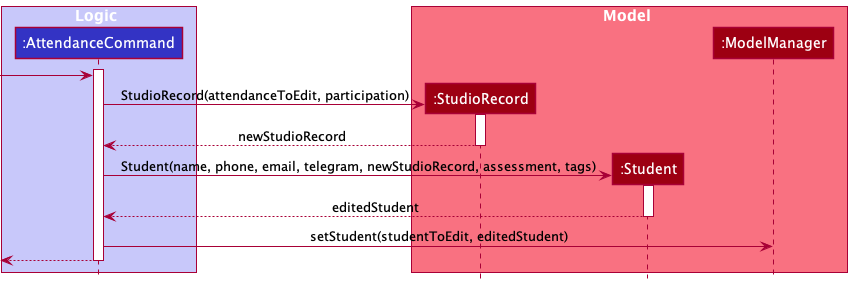
The PlantUML diagram docs/images/dg/logic/commands/attendancecommand/UpdateModelAttendanceSequenceDiagram.png in nus-cs2103-AY2122S1/tp, before a commit. The source it was exported from:
```plantuml
@startuml
!include ../../../style.puml

box Logic LOGIC_COLOR_T1
Participant ":AttendanceCommand" as ac LOGIC_COLOR
end box

box Model MODEL_COLOR_T1
Participant ":StudioRecord" as sr MODEL_COLOR
Participant ":Student" as est MODEL_COLOR
Participant ":ModelManager" as mm MODEL_COLOR
end box

activate ac
-> ac
create sr
ac -> sr ++ : StudioRecord(attendanceToEdit, participation)
sr --> ac -- : newStudioRecord


create est
ac -> est ++ :  Student(name, phone, email, telegram, newStudioRecord, assessment, tags)
est --> ac -- : editedStudent

ac -> mm  : setStudent(studentToEdit, editedStudent)
<-- ac --
@enduml
```
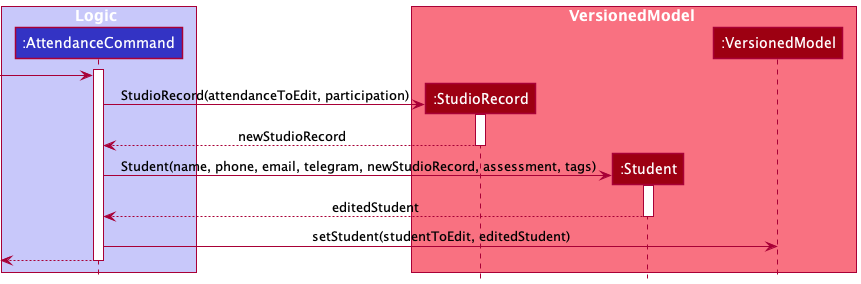
The same file after the commit.

The edit, as a diff of the source:
```diff
@@ -5,10 +5,10 @@
 Participant ":AttendanceCommand" as ac LOGIC_COLOR
 end box
 
-box Model MODEL_COLOR_T1
+box VersionedModel MODEL_COLOR_T1
 Participant ":StudioRecord" as sr MODEL_COLOR
 Participant ":Student" as est MODEL_COLOR
-Participant ":ModelManager" as mm MODEL_COLOR
+Participant ":VersionedModel" as mm MODEL_COLOR
 end box
 
 activate ac
```
